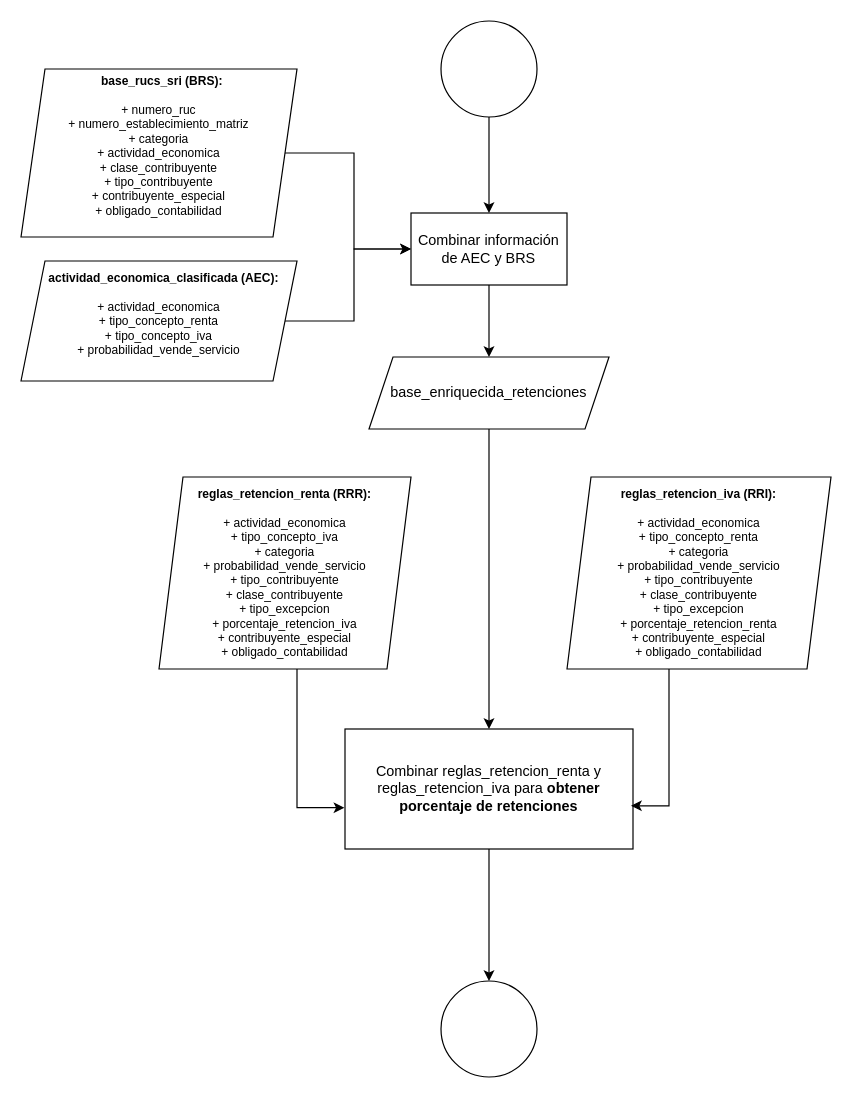
This is flowcharts/logica_retenciones.drawio from mendezgabriel636-wq/clasificador_retenciones, a draw.io file, before an edit. Source tidied: cells renumbered, new cells numbered last; positions are measured from the earlier drawing's top-left corner, leaving out a move shared by most shapes. Both pictures are drawn from the tidied source at 120%, with x=0, y=0 at pixel (20, 20).
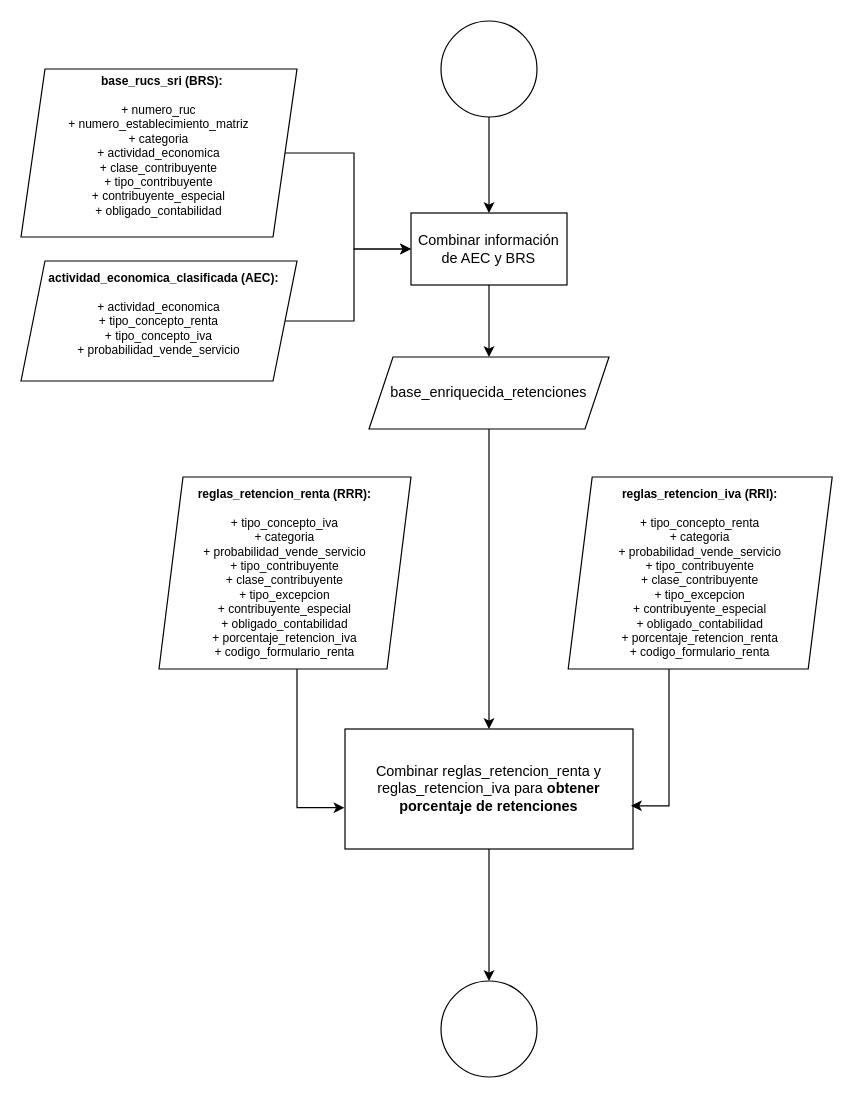
Above is the later version.

Commit message:
Añadir el flujograma de logica_retenciones

What changed in the source:
```diff
@@
-    <mxCell id="6" value="&lt;div&gt;&lt;b&gt;reglas_retencion_iva (RRI):&lt;/b&gt;&lt;/div&gt;&lt;div&gt;&lt;b&gt;&lt;br&gt;&lt;/b&gt;&lt;/div&gt;&lt;div&gt;+ actividad_economica&lt;/div&gt;&lt;div&gt;+ tipo_concepto_renta&lt;/div&gt;&lt;div&gt;+ categoria&lt;/div&gt;&lt;div&gt;+ probabilidad_vende_servicio&lt;/div&gt;&lt;div&gt;+ tipo_contribuyente&lt;/div&gt;&lt;div&gt;+ clase_contribuyente&lt;/div&gt;&lt;div&gt;+ tipo_excepcion&lt;/div&gt;&lt;div&gt;+ porcentaje_retencion_renta&lt;/div&gt;&lt;div&gt;+ contribuyente_especial&lt;br&gt;+ obligado_contabilidad&lt;/div&gt;" style="shape=parallelogram;perimeter=parallelogramPerimeter;whiteSpace=wrap;html=1;fixedSize=1;fontSize=10;" parent="1" vertex="1">
-      <mxGeometry x="455" y="380" width="220" height="160" as="geometry" />
+    <mxCell id="6" value="&lt;div&gt;&lt;b&gt;reglas_retencion_iva (RRI):&lt;/b&gt;&lt;/div&gt;&lt;br&gt;&lt;div&gt;+ tipo_concepto_renta&lt;/div&gt;&lt;div&gt;+ categoria&lt;/div&gt;&lt;div&gt;+ probabilidad_vende_servicio&lt;/div&gt;&lt;div&gt;+ tipo_contribuyente&lt;/div&gt;&lt;div&gt;+ clase_contribuyente&lt;/div&gt;&lt;div&gt;+ tipo_excepcion&lt;/div&gt;&lt;div&gt;&lt;div&gt;+ contribuyente_especial&lt;br&gt;+ obligado_contabilidad&lt;/div&gt;&lt;/div&gt;&lt;div&gt;+ porcentaje_retencion_renta&lt;/div&gt;&lt;div&gt;+ codigo_formulario_renta&lt;/div&gt;" style="shape=parallelogram;perimeter=parallelogramPerimeter;whiteSpace=wrap;html=1;fixedSize=1;fontSize=10;" parent="1" vertex="1">
+      <mxGeometry x="456" y="380" width="220" height="160" as="geometry" />
     </mxCell>
-    <mxCell id="7" value="&lt;div&gt;&lt;b&gt;reglas_retencion_renta (RRR):&lt;br&gt;&lt;/b&gt;&lt;/div&gt;&lt;div&gt;&lt;br&gt;+ actividad_economica&lt;br&gt;+ tipo_concepto_iva&lt;br&gt;+ categoria&lt;br&gt;+ probabilidad_vende_servicio&lt;br&gt;+ tipo_contribuyente&lt;br&gt;+ clase_contribuyente&lt;br&gt;+ tipo_excepcion&lt;br&gt;+ porcentaje_retencion_iva&lt;/div&gt;&lt;div&gt;+ contribuyente_especial&lt;br&gt;+ obligado_contabilidad&lt;/div&gt;" style="shape=parallelogram;perimeter=parallelogramPerimeter;whiteSpace=wrap;html=1;fixedSize=1;fontSize=10;" parent="1" vertex="1">
+    <mxCell id="7" value="&lt;div&gt;&lt;b&gt;reglas_retencion_renta (RRR):&lt;br&gt;&lt;/b&gt;&lt;/div&gt;&lt;div&gt;&lt;br&gt;+ tipo_concepto_iva&lt;br&gt;+ categoria&lt;br&gt;+ probabilidad_vende_servicio&lt;br&gt;+ tipo_contribuyente&lt;br&gt;+ clase_contribuyente&lt;br&gt;+ tipo_excepcion&lt;/div&gt;&lt;div&gt;+ contribuyente_especial&lt;br&gt;+ obligado_contabilidad&lt;/div&gt;&lt;div&gt;+ porcentaje_retencion_iva&lt;/div&gt;&lt;div&gt;+ codigo_formulario_renta&lt;/div&gt;" style="shape=parallelogram;perimeter=parallelogramPerimeter;whiteSpace=wrap;html=1;fixedSize=1;fontSize=10;" parent="1" vertex="1">
       <mxGeometry x="115" y="380" width="210" height="160" as="geometry" />
     </mxCell>
```
